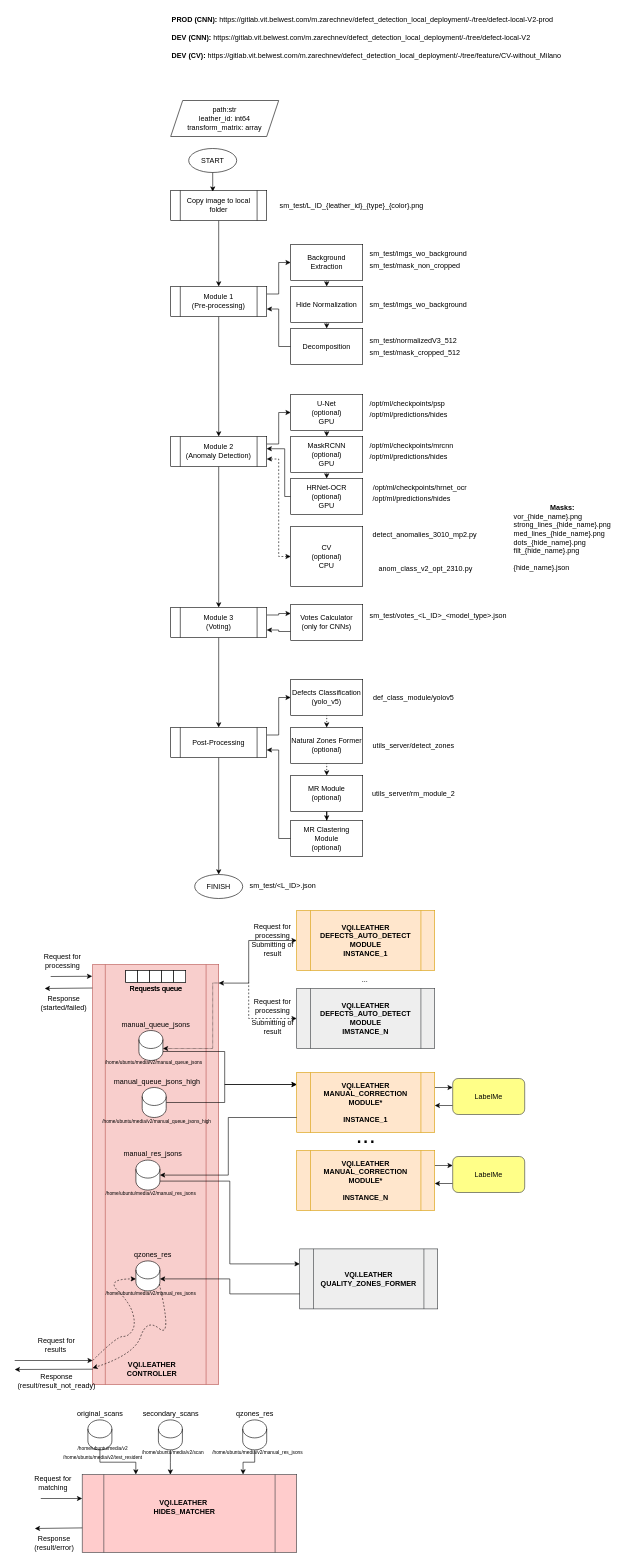
This is local_defect.drawio from Mike335207/work, a draw.io file, before an edit. Source tidied: cells renumbered, new cells numbered last; positions are measured from the earlier drawing's top-left corner, leaving out a move shared by most shapes. Both pictures are drawn from the tidied source at 60%, with x=0, y=0 at pixel (14, 10).
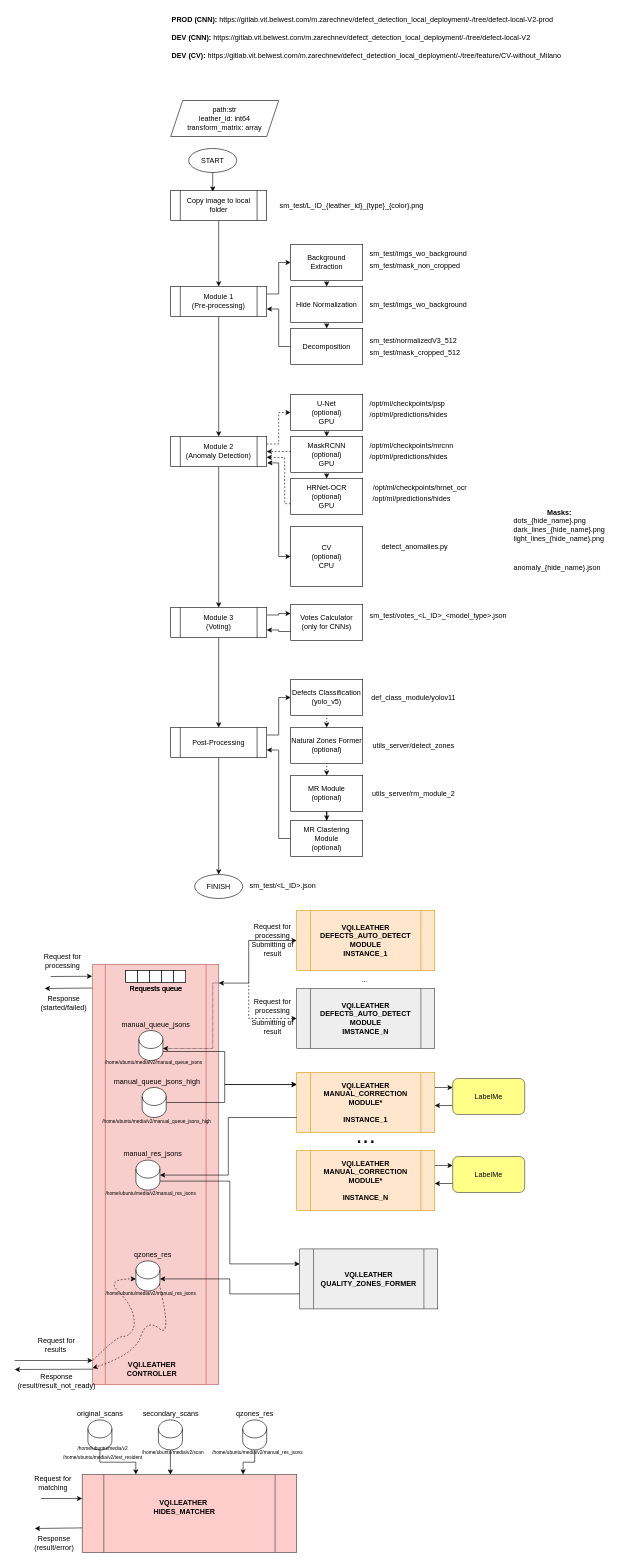
The same diagram, later.

Unchanged cells that the change refers to:
```xml
<mxCell id="13" value="Module 2&lt;br&gt;(Anomaly Detection)" style="shape=process;whiteSpace=wrap;html=1;backgroundOutline=1;" parent="1" vertex="1">
  <mxGeometry x="260" y="710" width="160" height="50" as="geometry" />
</mxCell>
<mxCell id="21" value="U-Net&lt;br&gt;(optional)&lt;br&gt;GPU" style="rounded=0;whiteSpace=wrap;html=1;" parent="1" vertex="1">
  <mxGeometry x="460" y="640" width="120" height="60" as="geometry" />
</mxCell>
<mxCell id="23" value="MaskRCNN&lt;br&gt;(optional)&lt;br&gt;GPU" style="rounded=0;whiteSpace=wrap;html=1;" parent="1" vertex="1">
  <mxGeometry x="460" y="710" width="120" height="60" as="geometry" />
</mxCell>
<mxCell id="25" value="HRNet-OCR&lt;br&gt;(optional)&lt;br&gt;GPU" style="rounded=0;whiteSpace=wrap;html=1;" parent="1" vertex="1">
  <mxGeometry x="460" y="780" width="120" height="60" as="geometry" />
</mxCell>
<mxCell id="51" value="CV&lt;br&gt;(optional)&lt;br&gt;CPU" style="rounded=0;whiteSpace=wrap;html=1;" parent="1" vertex="1">
  <mxGeometry x="460" y="860" width="120" height="100" as="geometry" />
</mxCell>
```

Change to the diagram source:
```diff
@@
-    <mxCell id="11" style="edgeStyle=orthogonalEdgeStyle;rounded=0;jettySize=auto;html=1;exitX=1;exitY=0.25;exitDx=0;exitDy=0;entryX=0;entryY=0.5;entryDx=0;entryDy=0;" parent="1" edge="1" source="13" target="21">
+    <mxCell id="11" style="edgeStyle=orthogonalEdgeStyle;rounded=0;jettySize=auto;html=1;exitX=1;exitY=0.25;exitDx=0;exitDy=0;entryX=0;entryY=0.5;entryDx=0;entryDy=0;dashed=1;" parent="1" edge="1" source="13" target="21">
       <mxGeometry relative="1" as="geometry" />
     </mxCell>
@@
+    <mxCell id="149" style="edgeStyle=orthogonalEdgeStyle;rounded=0;jettySize=auto;html=1;dashed=1;exitX=0.011;exitY=0.331;exitDx=0;exitDy=0;exitPerimeter=0;" parent="1" edge="1" source="23" target="13">
+      <mxGeometry relative="1" as="geometry">
+        <Array as="points">
+          <mxPoint x="461" y="735" />
+        </Array>
+      </mxGeometry>
+    </mxCell>
@@
-    <mxCell id="24" style="edgeStyle=orthogonalEdgeStyle;rounded=0;jettySize=auto;html=1;exitX=0;exitY=0.5;exitDx=0;exitDy=0;entryX=0.999;entryY=0.408;entryDx=0;entryDy=0;entryPerimeter=0;" parent="1" edge="1" source="25" target="13">
+    <mxCell id="24" style="edgeStyle=orthogonalEdgeStyle;rounded=0;jettySize=auto;html=1;exitX=0;exitY=0.5;exitDx=0;exitDy=0;entryX=0.999;entryY=0.691;entryDx=0;entryDy=0;dashed=1;entryPerimeter=0;" parent="1" edge="1" target="13">
       <mxGeometry relative="1" as="geometry">
+        <mxPoint x="460" y="822" as="sourcePoint" />
         <Array as="points">
-          <mxPoint x="450" y="810" />
-          <mxPoint x="450" y="730" />
+          <mxPoint x="450" y="822" />
+          <mxPoint x="450" y="745" />
+          <mxPoint x="430" y="745" />
         </Array>
       </mxGeometry>
     </mxCell>
@@
-    <mxCell id="50" style="edgeStyle=orthogonalEdgeStyle;rounded=0;jettySize=auto;html=1;exitX=0;exitY=0.5;exitDx=0;exitDy=0;entryX=1;entryY=0.75;entryDx=0;entryDy=0;dashed=1;startArrow=classic;startFill=1;" parent="1" edge="1" source="51" target="13">
-      <mxGeometry relative="1" as="geometry" />
+    <mxCell id="50" style="edgeStyle=orthogonalEdgeStyle;rounded=0;jettySize=auto;html=1;exitX=0;exitY=0.5;exitDx=0;exitDy=0;entryX=1.005;entryY=0.88;entryDx=0;entryDy=0;startArrow=classic;startFill=1;entryPerimeter=0;" parent="1" edge="1" source="51" target="13">
+      <mxGeometry relative="1" as="geometry">
+        <Array as="points">
+          <mxPoint x="440" y="910" />
+          <mxPoint x="440" y="754" />
+        </Array>
+      </mxGeometry>
     </mxCell>
@@
-    <mxCell id="57" value="detect_anomalies_3010_mp2.py" style="text;whiteSpace=wrap;html=1;" parent="1" vertex="1">
-      <mxGeometry x="595" y="860" width="195" height="40" as="geometry" />
+    <mxCell id="57" value="detect_anomalies.py" style="text;whiteSpace=wrap;html=1;" parent="1" vertex="1">
+      <mxGeometry x="610" y="880" width="195" height="40" as="geometry" />
     </mxCell>
-    <mxCell id="58" value="anom_class_v2_opt_2310.py" style="text;html=1;strokeColor=none;fillColor=none;align=center;verticalAlign=middle;whiteSpace=wrap;rounded=0;" parent="1" vertex="1">
-      <mxGeometry x="655" y="915" width="60" height="30" as="geometry" />
-    </mxCell>
-    <mxCell id="59" value="&lt;div style=&quot;text-align: center;&quot;&gt;&lt;span style=&quot;background-color: initial;&quot;&gt;&lt;b&gt;Masks:&lt;/b&gt;&lt;/span&gt;&lt;/div&gt;vor_{hide_name}.png&lt;br&gt;strong_lines_{hide_name}.png&lt;br&gt;med_lines_{hide_name}.png&lt;br&gt;dots_{hide_name}.png&lt;br&gt;filt_{hide_name}.png" style="text;html=1;strokeColor=none;fillColor=none;align=left;verticalAlign=middle;whiteSpace=wrap;rounded=0;" parent="1" vertex="1">
+    <mxCell id="59" value="&lt;div style=&quot;text-align: center;&quot;&gt;&lt;span style=&quot;background-color: initial;&quot;&gt;&lt;b&gt;Masks:&lt;/b&gt;&lt;/span&gt;&lt;/div&gt;dots_{hide_name}.png&lt;br&gt;dark_lines_{hide_name}.png&lt;br&gt;light_lines_{hide_name}.png&lt;div&gt;&lt;br/&gt;&lt;/div&gt;" style="text;html=1;strokeColor=none;fillColor=none;align=left;verticalAlign=middle;whiteSpace=wrap;rounded=0;" parent="1" vertex="1">
       <mxGeometry x="830" y="840" width="148" height="50" as="geometry" />
     </mxCell>
-    <mxCell id="60" value="{hide_name}.json" style="text;whiteSpace=wrap;html=1;" parent="1" vertex="1">
+    <mxCell id="60" value="anomaly_{hide_name}.json" style="text;whiteSpace=wrap;html=1;" parent="1" vertex="1">
       <mxGeometry x="830" y="915" width="160" height="30" as="geometry" />
     </mxCell>
@@
-    <mxCell id="63" value="def_class_module/yolov5" style="text;html=1;strokeColor=none;fillColor=none;align=center;verticalAlign=middle;whiteSpace=wrap;rounded=0;" parent="1" vertex="1">
+    <mxCell id="63" value="def_class_module/yolov11" style="text;html=1;strokeColor=none;fillColor=none;align=center;verticalAlign=middle;whiteSpace=wrap;rounded=0;" parent="1" vertex="1">
       <mxGeometry x="635" y="1130" width="60" height="30" as="geometry" />
     </mxCell>
```
